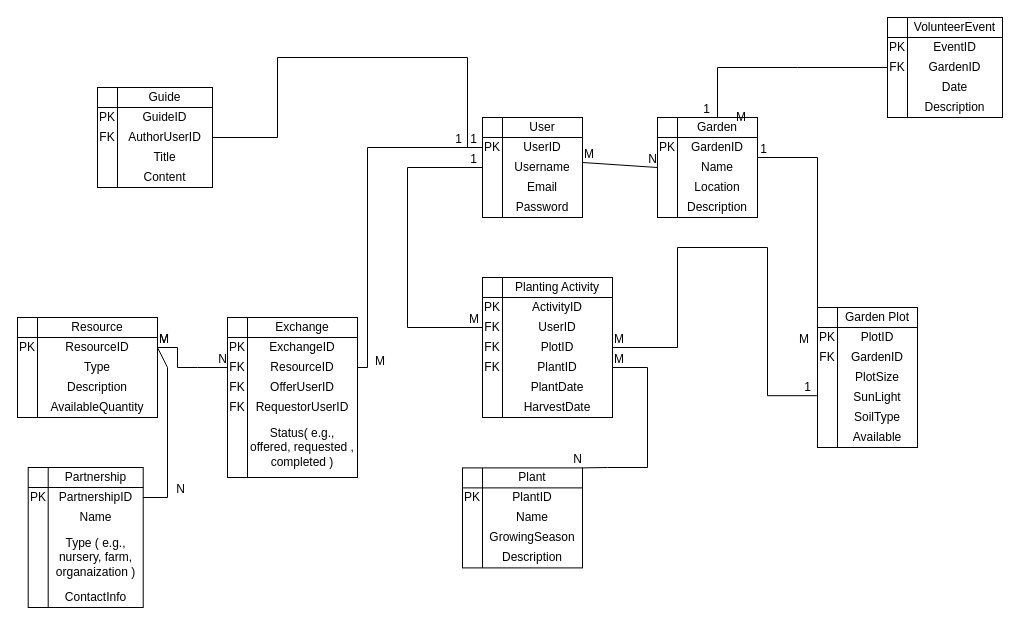
Above: db.drawio in AbdullahSholi/Advanced_Software_Engineering_Project (draw.io), before the change. Source tidied: cells renumbered, new cells numbered last; positions are measured from the earlier drawing's top-left corner, leaving out a move shared by most shapes. Both pictures are drawn from the tidied source at 100%, with x=0, y=0 at pixel (17, 17).
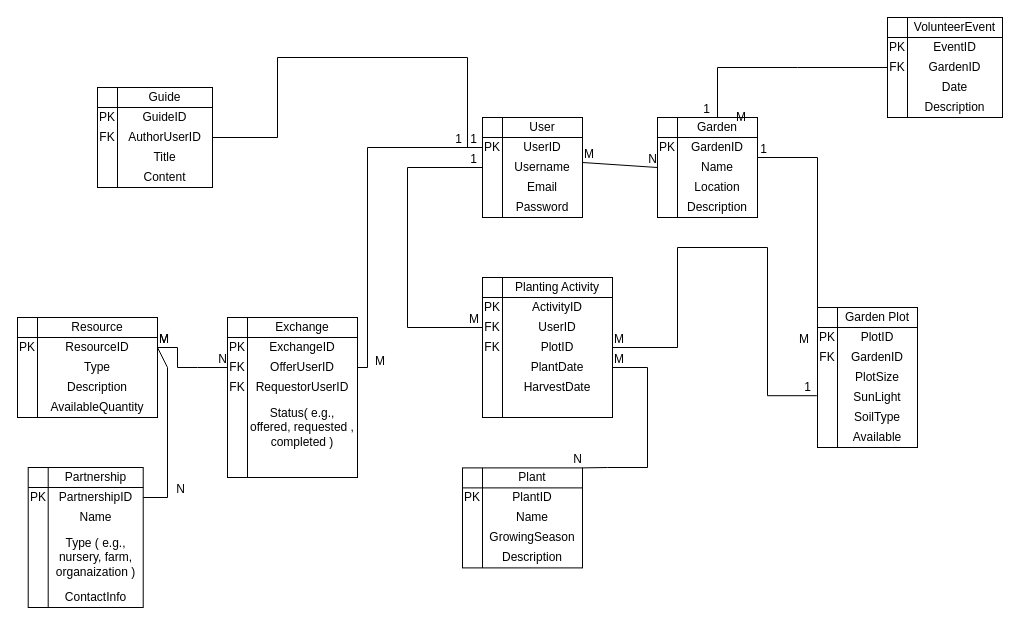
The same page after the edit.

Unchanged cells that the change refers to:
```xml
<mxCell id="5" value="PK" style="text;html=1;strokeColor=none;fillColor=none;align=center;verticalAlign=middle;whiteSpace=wrap;rounded=0;" parent="1" vertex="1">
  <mxGeometry x="465" y="120" width="20" height="20" as="geometry" />
</mxCell>
<mxCell id="39" value="Plant" style="text;html=1;strokeColor=none;fillColor=none;align=center;verticalAlign=middle;whiteSpace=wrap;rounded=0;" parent="1" vertex="1">
  <mxGeometry x="465" y="450.4" width="100" height="20" as="geometry" />
</mxCell>
<mxCell id="47" value="ResourceID" style="text;html=1;strokeColor=none;fillColor=none;align=center;verticalAlign=middle;whiteSpace=wrap;rounded=0;" parent="1" vertex="1">
  <mxGeometry x="20" y="320" width="120" height="20" as="geometry" />
</mxCell>
```

What changed in the source:
```diff
@@
-    <mxCell id="32" value="PlantID" style="text;html=1;strokeColor=none;fillColor=none;align=center;verticalAlign=middle;whiteSpace=wrap;rounded=0;" parent="1" vertex="1">
-      <mxGeometry x="485" y="340" width="110" height="20" as="geometry" />
-    </mxCell>
@@
     <mxCell id="34" value="PlantDate" style="text;html=1;strokeColor=none;fillColor=none;align=center;verticalAlign=middle;whiteSpace=wrap;rounded=0;" parent="1" vertex="1">
-      <mxGeometry x="485" y="360" width="110" height="20" as="geometry" />
+      <mxGeometry x="485" y="340" width="110" height="20" as="geometry" />
     </mxCell>
     <mxCell id="35" value="HarvestDate" style="text;html=1;strokeColor=none;fillColor=none;align=center;verticalAlign=middle;whiteSpace=wrap;rounded=0;" parent="1" vertex="1">
-      <mxGeometry x="485" y="380" width="110" height="20" as="geometry" />
+      <mxGeometry x="485" y="360" width="110" height="20" as="geometry" />
     </mxCell>
@@
-    <mxCell id="37" value="FK" style="text;html=1;strokeColor=none;fillColor=none;align=center;verticalAlign=middle;whiteSpace=wrap;rounded=0;" parent="1" vertex="1">
-      <mxGeometry x="465" y="340" width="20" height="20" as="geometry" />
-    </mxCell>
@@
-    <mxCell id="56" value="ResourceID" style="text;html=1;strokeColor=none;fillColor=none;align=center;verticalAlign=middle;whiteSpace=wrap;rounded=0;" parent="1" vertex="1">
-      <mxGeometry x="230" y="340" width="110" height="20" as="geometry" />
-    </mxCell>
     <mxCell id="57" value="OfferUserID" style="text;html=1;strokeColor=none;fillColor=none;align=center;verticalAlign=middle;whiteSpace=wrap;rounded=0;" parent="1" vertex="1">
-      <mxGeometry x="230" y="360" width="110" height="20" as="geometry" />
+      <mxGeometry x="230" y="340" width="110" height="20" as="geometry" />
     </mxCell>
     <mxCell id="58" value="RequestorUserID" style="text;html=1;strokeColor=none;fillColor=none;align=center;verticalAlign=middle;whiteSpace=wrap;rounded=0;" parent="1" vertex="1">
-      <mxGeometry x="230" y="380" width="110" height="20" as="geometry" />
+      <mxGeometry x="230" y="360" width="110" height="20" as="geometry" />
     </mxCell>
-    <mxCell id="59" value="FK" style="text;html=1;strokeColor=none;fillColor=none;align=center;verticalAlign=middle;whiteSpace=wrap;rounded=0;" parent="1" vertex="1">
-      <mxGeometry x="210" y="340" width="20" height="20" as="geometry" />
-    </mxCell>
     <mxCell id="60" value="Status( e.g., offered, requested , completed )" style="text;html=1;strokeColor=none;fillColor=none;align=center;verticalAlign=middle;whiteSpace=wrap;rounded=0;" parent="1" vertex="1">
-      <mxGeometry x="230" y="410" width="110" height="40" as="geometry" />
+      <mxGeometry x="230" y="390" width="110" height="40" as="geometry" />
     </mxCell>
     <mxCell id="61" value="FK" style="text;html=1;strokeColor=none;fillColor=none;align=center;verticalAlign=middle;whiteSpace=wrap;rounded=0;" parent="1" vertex="1">
-      <mxGeometry x="210" y="360" width="20" height="20" as="geometry" />
+      <mxGeometry x="210" y="340" width="20" height="20" as="geometry" />
     </mxCell>
     <mxCell id="62" value="FK" style="text;html=1;strokeColor=none;fillColor=none;align=center;verticalAlign=middle;whiteSpace=wrap;rounded=0;" parent="1" vertex="1">
-      <mxGeometry x="210" y="380" width="20" height="20" as="geometry" />
+      <mxGeometry x="210" y="360" width="20" height="20" as="geometry" />
     </mxCell>
@@
-    <mxCell id="98" style="endArrow=none;html=1;rounded=0;exitX=1;exitY=0.5;exitDx=0;exitDy=0;entryX=0;entryY=0.5;entryDx=0;entryDy=0;" parent="1" edge="1" source="47" target="59">
+    <mxCell id="98" style="endArrow=none;html=1;rounded=0;exitX=1;exitY=0.5;exitDx=0;exitDy=0;entryX=0;entryY=0.5;entryDx=0;entryDy=0;" parent="1" edge="1" source="47">
       <mxGeometry relative="1" as="geometry">
+        <mxPoint x="210" y="350" as="targetPoint" />
         <Array as="points">
           <mxPoint x="160" y="330" />
           <mxPoint x="160" y="350" />
           <mxPoint x="180" y="350" />
         </Array>
       </mxGeometry>
     </mxCell>
@@
-    <mxCell id="101" style="endArrow=none;html=1;rounded=0;edgeStyle=orthogonalEdgeStyle;entryX=0;entryY=0.5;entryDx=0;entryDy=0;exitX=1;exitY=0.5;exitDx=0;exitDy=0;" parent="1" edge="1" source="56" target="5">
+    <mxCell id="101" style="endArrow=none;html=1;rounded=0;edgeStyle=orthogonalEdgeStyle;entryX=0;entryY=0.5;entryDx=0;entryDy=0;exitX=1;exitY=0.5;exitDx=0;exitDy=0;" parent="1" edge="1" target="5">
       <mxGeometry relative="1" as="geometry">
+        <mxPoint x="340" y="350" as="sourcePoint" />
         <Array as="points">
           <mxPoint x="350" y="350" />
           <mxPoint x="350" y="130" />
         </Array>
       </mxGeometry>
     </mxCell>
@@
-    <mxCell id="107" style="endArrow=none;html=1;rounded=0;entryX=1;entryY=0;entryDx=0;entryDy=0;exitX=1;exitY=0.5;exitDx=0;exitDy=0;" parent="1" edge="1" source="32" target="39">
+    <mxCell id="107" style="endArrow=none;html=1;rounded=0;entryX=1;entryY=0;entryDx=0;entryDy=0;exitX=1;exitY=0.5;exitDx=0;exitDy=0;" parent="1" edge="1" target="39">
       <mxGeometry relative="1" as="geometry">
+        <mxPoint x="595" y="350" as="sourcePoint" />
         <Array as="points">
           <mxPoint x="630" y="350" />
           <mxPoint x="630" y="450" />
           <mxPoint x="590" y="450" />
         </Array>
       </mxGeometry>
     </mxCell>
```
